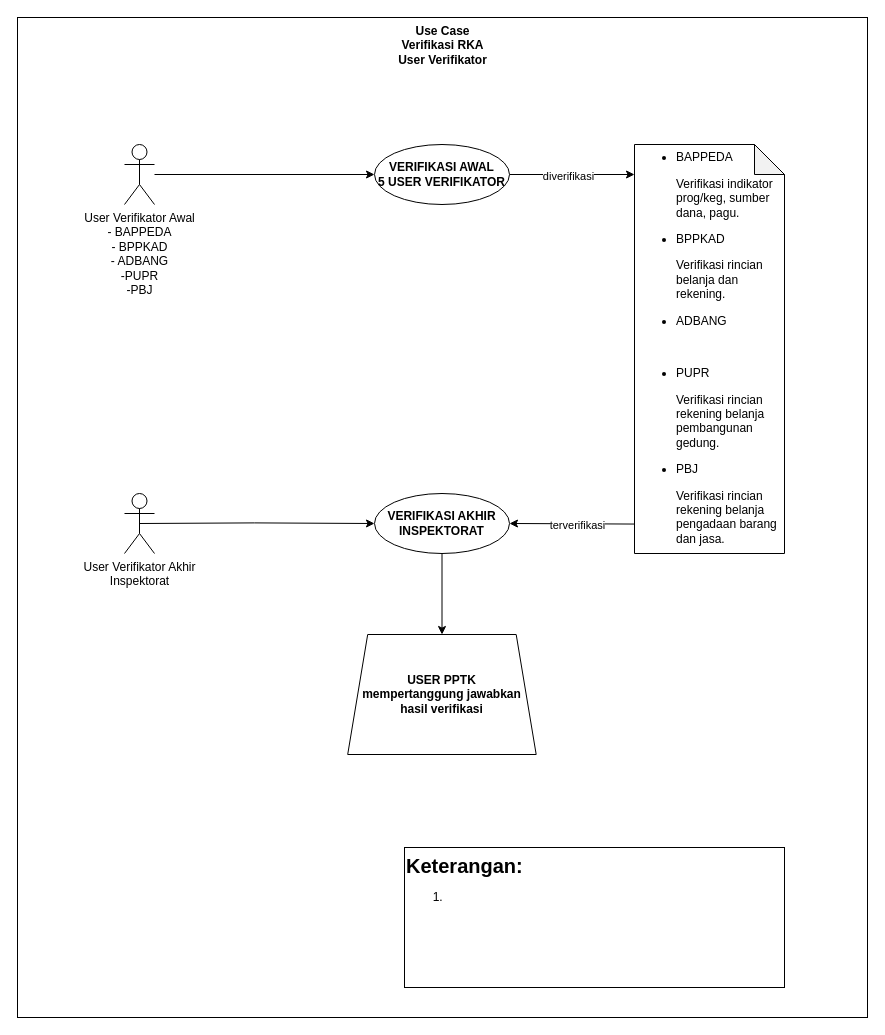
The draw.io diagram Cara Input Perencanaan RENJA di aplikasi user skpd.drawio in febrianth/flow_verifikasi_rka, before the edit. Source tidied: cells renumbered, new cells numbered last; positions are measured from the earlier drawing's top-left corner, leaving out a move shared by most shapes. Both pictures are drawn from the tidied source at 100%, with x=0, y=0 at pixel (17, 17).
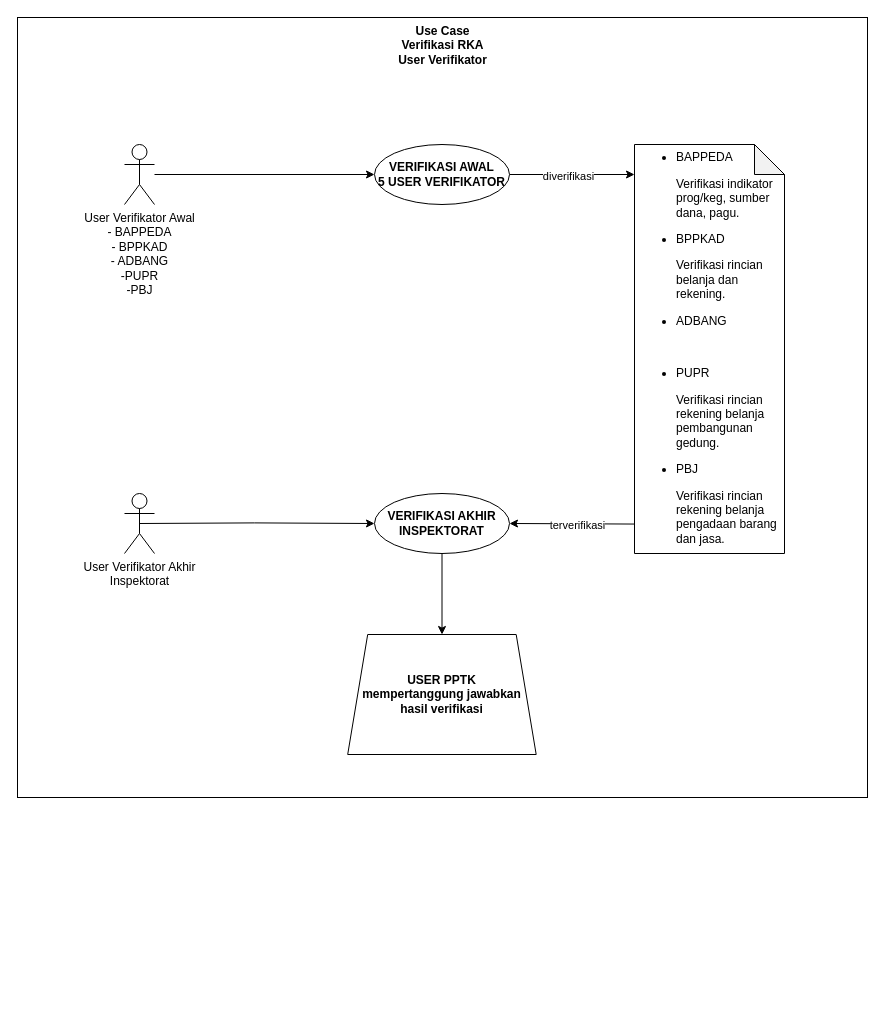
Above is the later version.

Change to the diagram source:
```diff
@@
 <mxGraphModel>
   <root>
     <mxCell id="0" />
     <mxCell id="1" parent="0" />
     <mxCell id="2" value="Use Case&lt;br&gt;Verifikasi RKA&lt;br&gt;User Verifikator" style="html=1;verticalAlign=top;fontStyle=1;" parent="1" vertex="1">
-      <mxGeometry width="850" height="1000" as="geometry" />
+      <mxGeometry width="850" height="780" as="geometry" />
     </mxCell>
     <mxCell id="3" style="edgeStyle=orthogonalEdgeStyle;rounded=0;jettySize=auto;html=1;entryX=0;entryY=0.5;entryDx=0;entryDy=0;" parent="1" edge="1" source="4" target="8">
       <mxGeometry relative="1" as="geometry" />
     </mxCell>
     <mxCell id="4" value="User Verifikator Awal&lt;br&gt;-&amp;nbsp;BAPPEDA&lt;br&gt;- BPPKAD&lt;br&gt;- ADBANG &lt;br&gt;-PUPR&lt;br&gt;-PBJ" style="shape=umlActor;verticalLabelPosition=bottom;verticalAlign=top;html=1;" parent="1" vertex="1">
       <mxGeometry x="107" y="127" width="30" height="60" as="geometry" />
     </mxCell>
     <mxCell id="5" value="&lt;ul&gt;&lt;li&gt;BAPPEDA&lt;/li&gt;&lt;/ul&gt;&lt;blockquote style=&quot;margin: 0 0 0 40px; border: none; padding: 0px;&quot;&gt;&lt;div&gt;Verifikasi indikator prog/keg, sumber dana, pagu.&lt;/div&gt;&lt;/blockquote&gt;&lt;ul&gt;&lt;li&gt;&lt;span style=&quot;&quot;&gt;BPPKAD&lt;/span&gt;&lt;/li&gt;&lt;/ul&gt;&lt;blockquote style=&quot;margin: 0 0 0 40px; border: none; padding: 0px;&quot;&gt;&lt;div&gt;Verifikasi rincian belanja dan rekening.&lt;/div&gt;&lt;/blockquote&gt;&lt;ul&gt;&lt;li&gt;ADBANG&lt;/li&gt;&lt;/ul&gt;&lt;div&gt;&lt;br&gt;&lt;/div&gt;&lt;ul&gt;&lt;li&gt;PUPR&lt;/li&gt;&lt;/ul&gt;&lt;blockquote style=&quot;margin: 0 0 0 40px; border: none; padding: 0px;&quot;&gt;&lt;div&gt;Verifikasi rincian rekening belanja pembangunan gedung.&lt;/div&gt;&lt;/blockquote&gt;&lt;ul&gt;&lt;li&gt;&lt;span style=&quot;&quot;&gt;PBJ&lt;/span&gt;&lt;/li&gt;&lt;/ul&gt;&lt;blockquote style=&quot;margin: 0 0 0 40px; border: none; padding: 0px;&quot;&gt;&lt;div&gt;Verifikasi rincian rekening belanja pengadaan barang dan jasa.&lt;/div&gt;&lt;/blockquote&gt;&lt;div&gt;&lt;br&gt;&lt;/div&gt;" style="shape=note;whiteSpace=wrap;html=1;backgroundOutline=1;darkOpacity=0.05;align=left;" parent="1" vertex="1">
       <mxGeometry x="617" y="127" width="150" height="409" as="geometry" />
     </mxCell>
     <mxCell id="6" style="edgeStyle=orthogonalEdgeStyle;rounded=0;jettySize=auto;html=1;" parent="1" edge="1" source="8">
       <mxGeometry relative="1" as="geometry">
         <mxPoint x="617" y="157" as="targetPoint" />
       </mxGeometry>
     </mxCell>
     <mxCell id="7" value="diverifikasi" style="edgeLabel;html=1;align=center;verticalAlign=middle;" parent="6" vertex="1">
       <mxGeometry x="-0.08" y="-1" relative="1" as="geometry" />
     </mxCell>
     <mxCell id="8" value="VERIFIKASI AWAL&lt;br&gt;5 USER VERIFIKATOR" style="ellipse;whiteSpace=wrap;html=1;fontStyle=1;" parent="1" vertex="1">
       <mxGeometry x="357" y="127" width="135" height="60" as="geometry" />
     </mxCell>
     <mxCell id="9" style="edgeStyle=orthogonalEdgeStyle;rounded=0;jettySize=auto;html=1;" parent="1" edge="1" source="10" target="15">
       <mxGeometry relative="1" as="geometry" />
     </mxCell>
     <mxCell id="10" value="VERIFIKASI AKHIR&lt;br&gt;INSPEKTORAT" style="ellipse;whiteSpace=wrap;html=1;fontStyle=1;" parent="1" vertex="1">
       <mxGeometry x="357" y="476" width="135" height="60" as="geometry" />
     </mxCell>
     <mxCell id="11" style="endArrow=classic;html=1;rounded=0;entryX=1;entryY=0.5;entryDx=0;entryDy=0;exitX=-0.001;exitY=0.928;exitDx=0;exitDy=0;exitPerimeter=0;" parent="1" edge="1" source="5" target="10">
       <mxGeometry relative="1" as="geometry" />
     </mxCell>
     <mxCell id="12" value="terverifikasi" style="edgeLabel;html=1;align=center;verticalAlign=middle;" parent="11" vertex="1">
       <mxGeometry x="-0.08" y="1" relative="1" as="geometry" />
     </mxCell>
     <mxCell id="13" value="User Verifikator Akhir&lt;br&gt;Inspektorat" style="shape=umlActor;verticalLabelPosition=bottom;verticalAlign=top;html=1;outlineConnect=0;" parent="1" vertex="1">
       <mxGeometry x="107" y="476" width="30" height="60" as="geometry" />
     </mxCell>
     <mxCell id="14" style="endArrow=classic;html=1;rounded=0;entryX=0;entryY=0.5;entryDx=0;entryDy=0;exitX=0.5;exitY=0.5;exitDx=0;exitDy=0;exitPerimeter=0;" parent="1" edge="1" source="13" target="10">
       <mxGeometry relative="1" as="geometry">
         <Array as="points">
           <mxPoint x="237" y="505.4" />
         </Array>
       </mxGeometry>
     </mxCell>
     <mxCell id="15" value="&lt;b&gt;USER PPTK&lt;br&gt;mempertanggung jawabkan hasil verifikasi&lt;br&gt;&lt;/b&gt;" style="shape=trapezoid;perimeter=trapezoidPerimeter;whiteSpace=wrap;html=1;fixedSize=1;" parent="1" vertex="1">
       <mxGeometry x="330.2" y="617" width="188.5" height="120" as="geometry" />
     </mxCell>
-    <mxCell id="16" value="&lt;font style=&quot;&quot;&gt;&lt;b style=&quot;font-size: 20px;&quot;&gt;Keterangan:&lt;/b&gt;&lt;br&gt;&lt;ol style=&quot;&quot;&gt;&lt;li style=&quot;&quot;&gt;&lt;br&gt;&lt;/li&gt;&lt;/ol&gt;&lt;/font&gt;" style="html=1;fontColor=#000000;align=left;verticalAlign=top;" parent="1" vertex="1">
-      <mxGeometry x="387" y="830" width="380" height="140" as="geometry" />
-    </mxCell>
   </root>
 </mxGraphModel>
```
